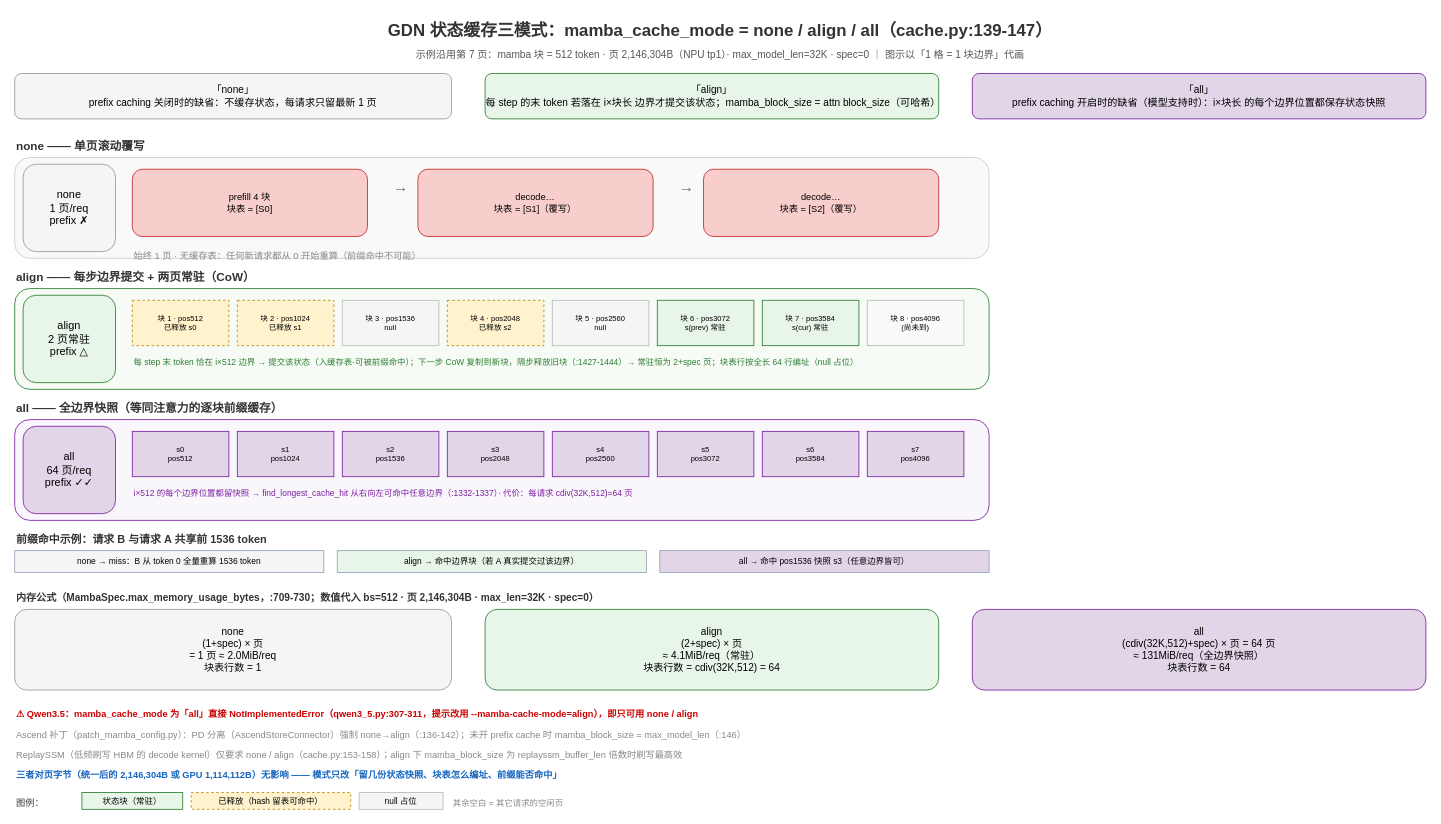
Above: page "8-GDN·mamba_cache_mode三模式" (8 of 8) of vllm/v1/core/kvcache_draw/kv_cache_tensor_layouts_all.drawio in GoCHug/vllm (draw.io), before the change. Source tidied: cells renumbered, new cells numbered last; positions are measured from the earlier drawing's top-left corner, leaving out a move shared by most shapes. Both pictures are drawn from the tidied source at 84%, with x=0, y=0 at pixel (14, 14).
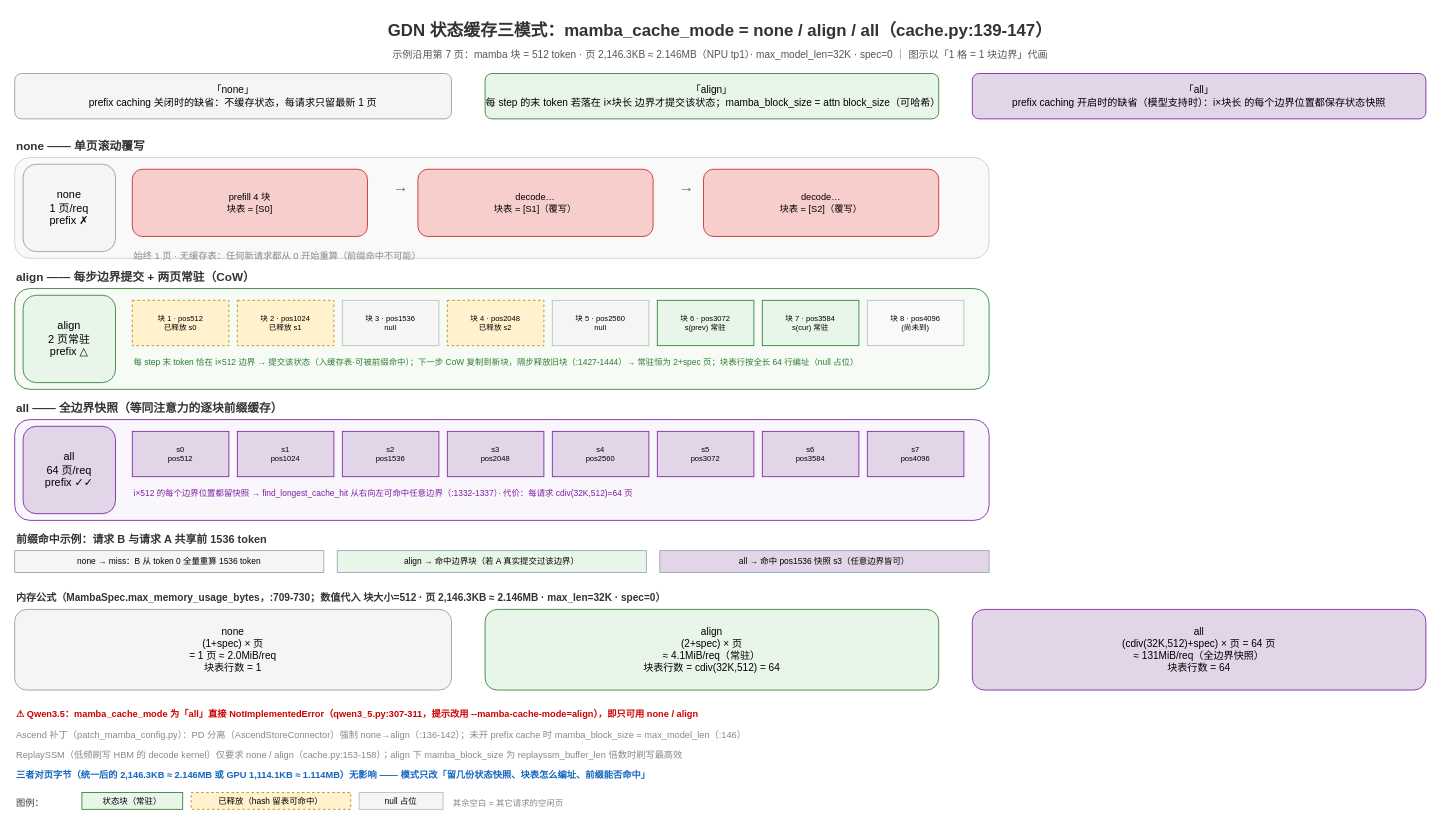
The same page after the edit.

What changed in the source:
```diff
@@
-    <mxCell id="3" value="示例沿用第 7 页：mamba 块 = 512 token · 页 2,146,304B（NPU tp1）· max_model_len=32K · spec=0 ｜ 图示以「1 格 = 1 块边界」代画" style="text;html=1;fontSize=12;fontColor=#555555;align=center;whiteSpace=wrap;html=1;" parent="1" vertex="1">
+    <mxCell id="3" value="示例沿用第 7 页：mamba 块 = 512 token · 页 2,146.3KB ≈ 2.146MB（NPU tp1）· max_model_len=32K · spec=0 ｜ 图示以「1 格 = 1 块边界」代画" style="text;html=1;fontSize=12;fontColor=#555555;align=center;whiteSpace=wrap;html=1;" parent="1" vertex="1">
       <mxGeometry x="40" y="34" width="1600" height="22" as="geometry" />
     </mxCell>
@@
-    <mxCell id="44" value="内存公式（MambaSpec.max_memory_usage_bytes，:709-730；数值代入 bs=512 · 页 2,146,304B · max_len=32K · spec=0）" style="text;html=1;fontSize=12;fontStyle=1;fontColor=#333333;align=left;whiteSpace=wrap;html=1;" parent="1" vertex="1">
+    <mxCell id="44" value="内存公式（MambaSpec.max_memory_usage_bytes，:709-730；数值代入 块大小=512 · 页 2,146.3KB ≈ 2.146MB · max_len=32K · spec=0）" style="text;html=1;fontSize=12;fontStyle=1;fontColor=#333333;align=left;whiteSpace=wrap;html=1;" parent="1" vertex="1">
       <mxGeometry y="680" width="1160" height="24" as="geometry" />
     </mxCell>
@@
-    <mxCell id="51" value="三者对页字节（统一后的 2,146,304B 或 GPU 1,114,112B）无影响 —— 模式只改「留几份状态快照、块表怎么编址、前缀能否命中」" style="text;html=1;fontSize=11;fontColor=#1565c0;align=left;whiteSpace=wrap;html=1;fontStyle=1;" parent="1" vertex="1">
+    <mxCell id="51" value="三者对页字节（统一后的 2,146.3KB ≈ 2.146MB 或 GPU 1,114.1KB ≈ 1.114MB）无影响 —— 模式只改「留几份状态快照、块表怎么编址、前缀能否命中」" style="text;html=1;fontSize=11;fontColor=#1565c0;align=left;whiteSpace=wrap;html=1;fontStyle=1;" parent="1" vertex="1">
       <mxGeometry y="892" width="1160" height="20" as="geometry" />
     </mxCell>
```
